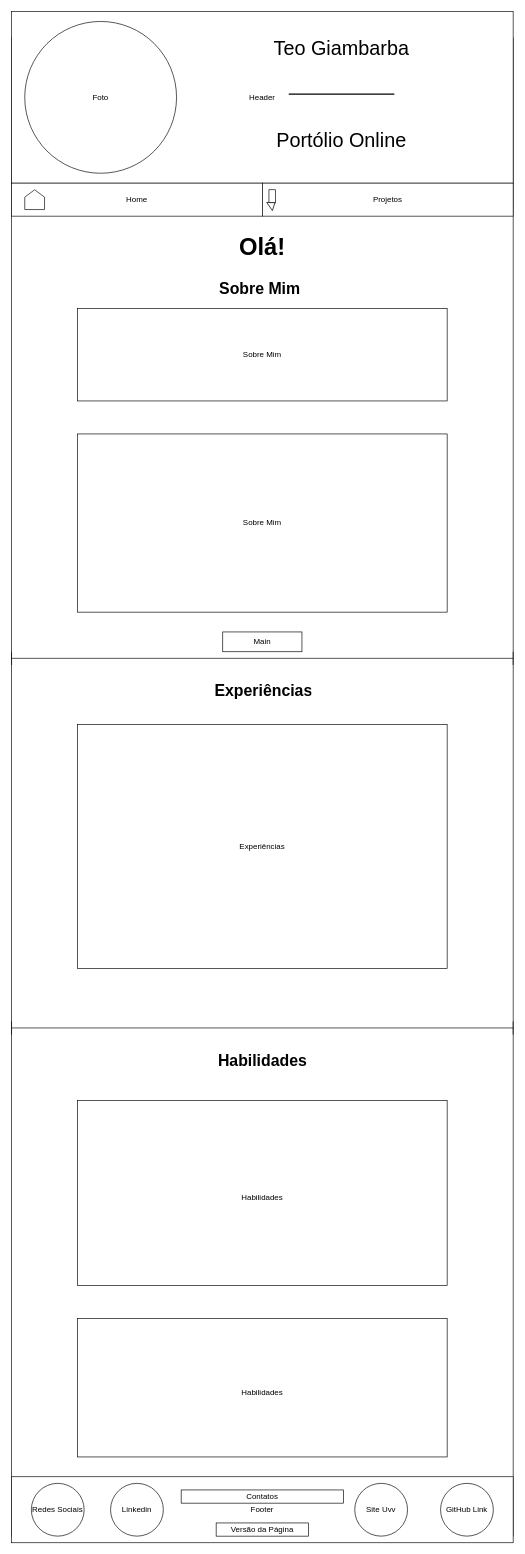
Before: Diagrama.drawio in Teo-Giambarba/Pagina-Curriculo, a draw.io diagram. Source tidied: cells renumbered, new cells numbered last; positions are measured from the earlier drawing's top-left corner, leaving out a move shared by most shapes. Both pictures are drawn from the tidied source at 66%, with x=0, y=0 at pixel (11, 11).
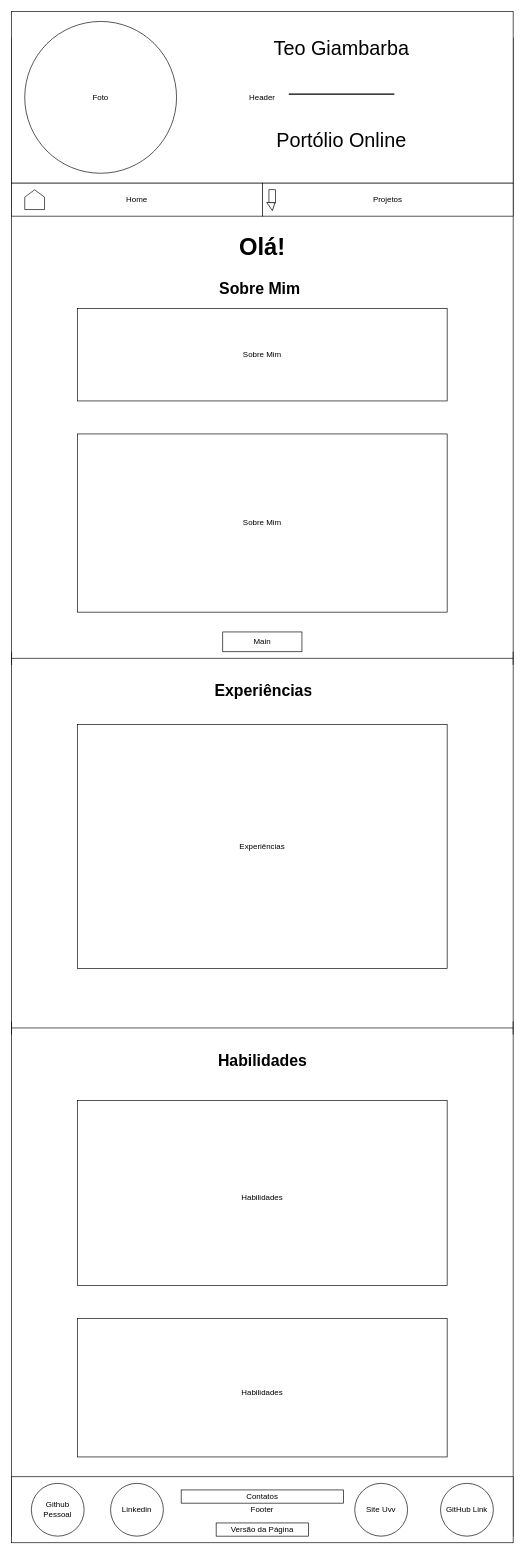
The same page after the edit.

What changed in the source:
```diff
@@
-    <mxCell id="8" value="Redes Sociais" style="ellipse;whiteSpace=wrap;html=1;" parent="1" vertex="1">
+    <mxCell id="8" value="Github Pessoal" style="ellipse;whiteSpace=wrap;html=1;" parent="1" vertex="1">
       <mxGeometry x="30" y="2230" width="80" height="80" as="geometry" />
     </mxCell>
```
